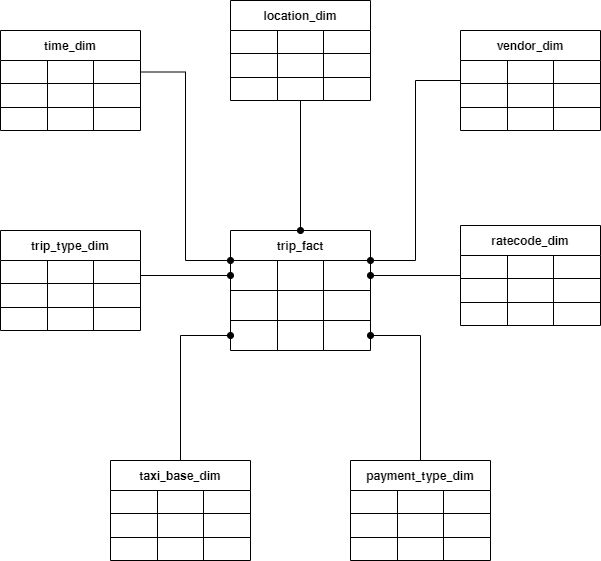
Above: images/conceptual_model.png in TheLinuxEnthusiast/tlc-trip-taxi-dwh (draw.io), before the change. Source tidied: cells renumbered, new cells last; positions are measured from the earlier drawing's top-left corner, leaving out a move shared by most shapes.
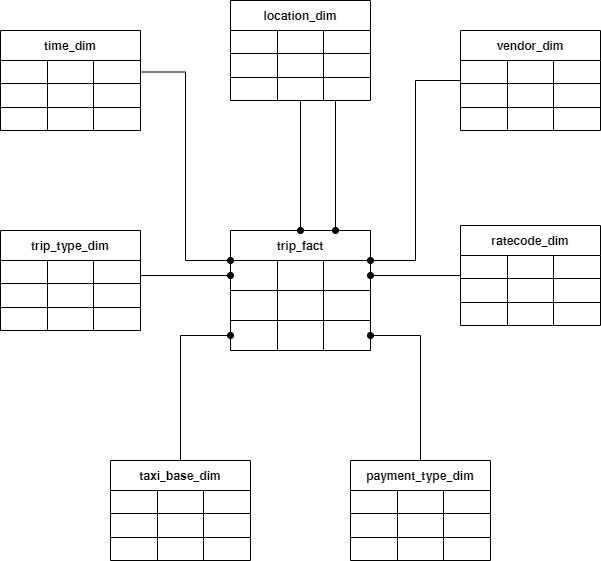
Later version of the same file.

Commit message:
Added conceptual model 2

Change to the diagram source:
```diff
@@ -337,5 +337,10 @@
     <mxCell id="112" style="edgeStyle=orthogonalEdgeStyle;rounded=0;jettySize=auto;html=1;entryX=0;entryY=0.25;entryDx=0;entryDy=0;endArrow=oval;endFill=1;" parent="1" edge="1" source="16" target="2">
       <mxGeometry relative="1" as="geometry" />
     </mxCell>
+    <mxCell id="113" style="edgeStyle=orthogonalEdgeStyle;rounded=0;jettySize=auto;html=1;entryX=0.75;entryY=0;entryDx=0;entryDy=0;endArrow=oval;endFill=1;" parent="1" edge="1" target="2">
+      <mxGeometry relative="1" as="geometry">
+        <mxPoint x="335" y="100" as="sourcePoint" />
+      </mxGeometry>
+    </mxCell>
   </root>
 </mxGraphModel>
```
